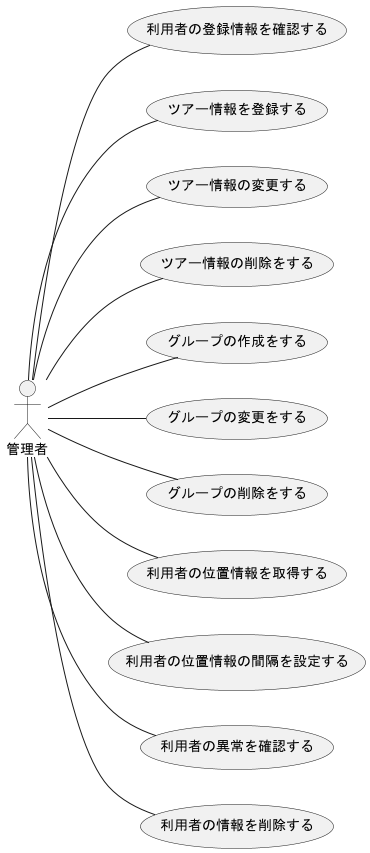
This is out/F_usecase_admin/管理者.png from ksw2270227/GroupF, a PlantUML export, as it was before one commit. Its diagram source:
```plantuml
@startuml 管理者
left to right direction
actor 管理者

管理者 -- (利用者の登録情報を確認する)
管理者 -- (ツアー情報を登録する)
管理者 -- (ツアー情報の変更する)
管理者 -- (ツアー情報の削除をする)
管理者 -- (グループの作成をする)
管理者 -- (グループの変更をする)
管理者 -- (グループの削除をする)
管理者 -- (利用者の位置情報を取得する)
管理者 -- (利用者の位置情報の間隔を設定する)
管理者 -- (利用者の異常を確認する)
管理者 -- (利用者の情報を削除する)
@enduml
```
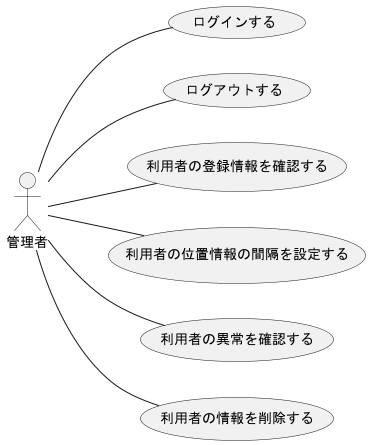
Above is the later version.

Change to the diagram source:
```diff
@@ -2,15 +2,13 @@
 left to right direction
 actor 管理者
 
+管理者 -- (ログインする)
+管理者 -- (ログアウトする)
 管理者 -- (利用者の登録情報を確認する)
-管理者 -- (ツアー情報を登録する)
-管理者 -- (ツアー情報の変更する)
-管理者 -- (ツアー情報の削除をする)
-管理者 -- (グループの作成をする)
-管理者 -- (グループの変更をする)
-管理者 -- (グループの削除をする)
-管理者 -- (利用者の位置情報を取得する)
 管理者 -- (利用者の位置情報の間隔を設定する)
 管理者 -- (利用者の異常を確認する)
 管理者 -- (利用者の情報を削除する)
+
+
+
 @enduml
```
